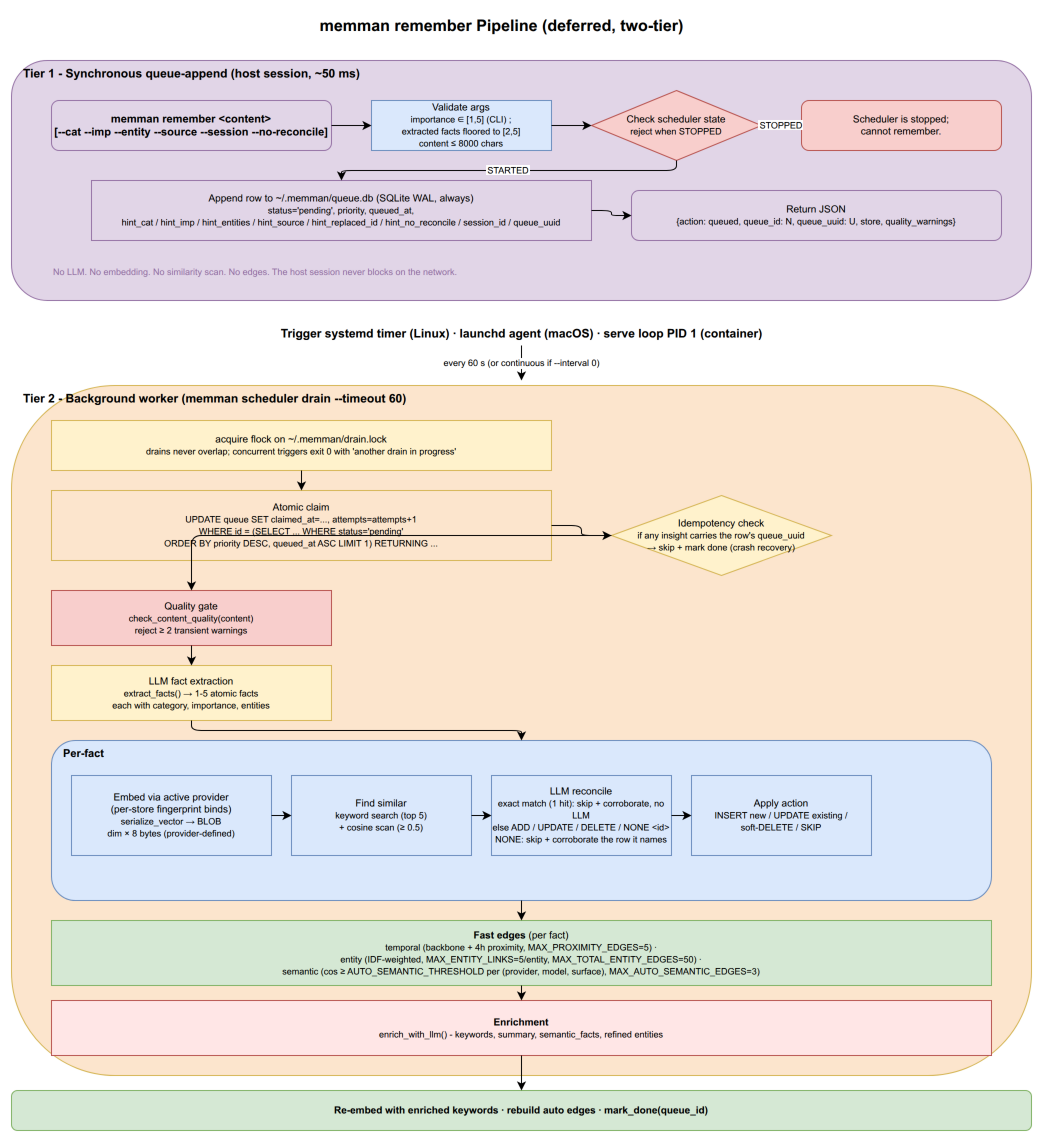
The draw.io diagram docs/diagrams/02-remember-pipeline.drawio.png in bissli/memman, before a commit. Source tidied: cells renumbered, new cells last; positions are measured from the earlier drawing's top-left corner, leaving out a move shared by most shapes.
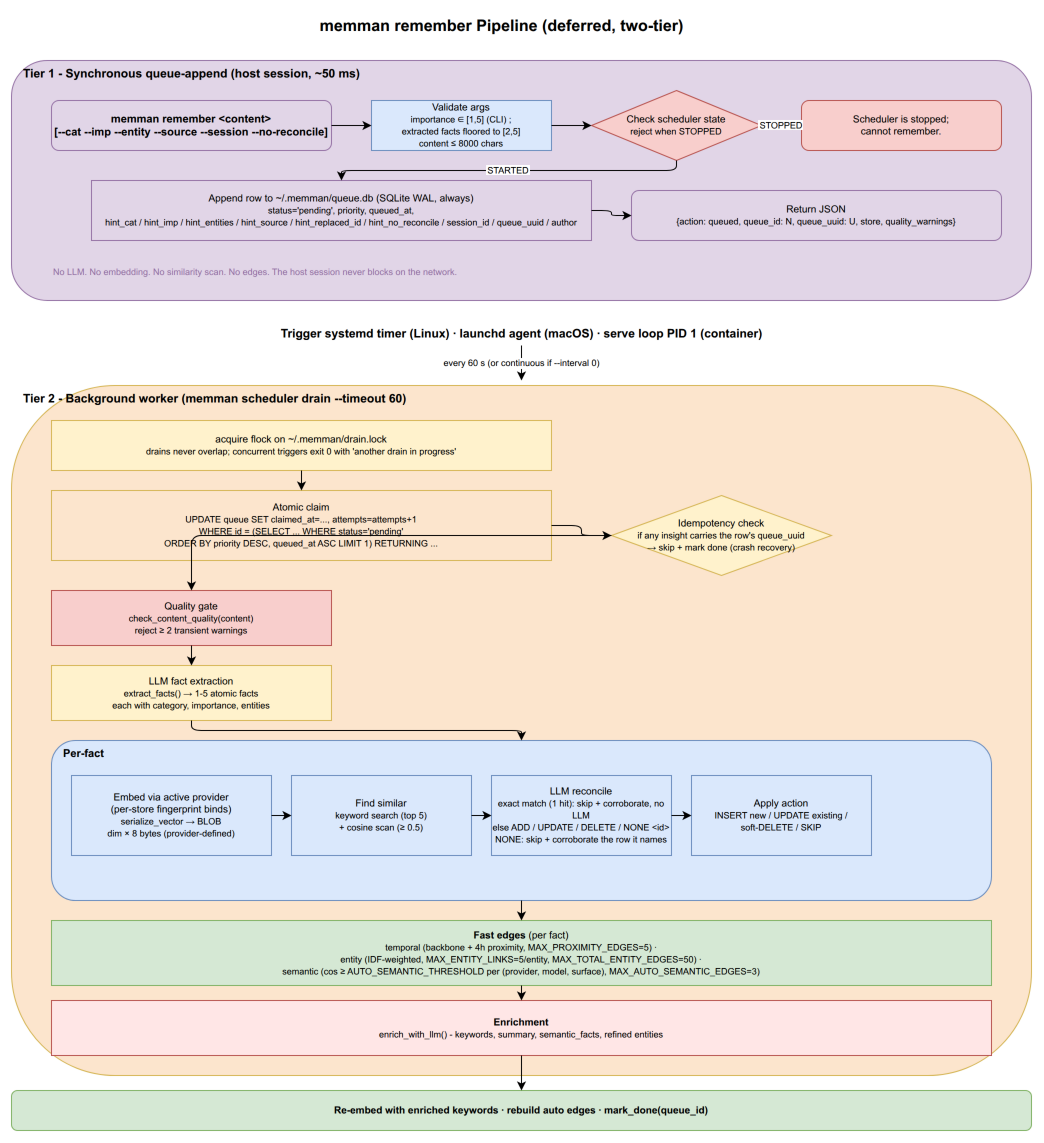
Above is the later version.

What changed in the source:
```diff
@@ -20,7 +20,7 @@
     <mxCell id="7" value="Scheduler is stopped;&lt;br&gt;cannot remember." style="rounded=1;whiteSpace=wrap;html=1;fillColor=#f8cecc;strokeColor=#b85450;fontSize=10;" parent="1" vertex="1">
       <mxGeometry x="790" y="90" width="200" height="50" as="geometry" />
     </mxCell>
-    <mxCell id="8" value="Append row to ~/.memman/queue.db (SQLite WAL, always)&lt;br&gt;&lt;font style=&quot;font-size:9px&quot;&gt;status='pending', priority, queued_at,&lt;br&gt;hint_cat / hint_imp / hint_entities / hint_source / hint_replaced_id / hint_no_reconcile / session_id / queue_uuid&lt;/font&gt;" style="rounded=0;whiteSpace=wrap;html=1;fillColor=#e1d5e7;strokeColor=#9673a6;fontSize=10;" parent="1" vertex="1">
+    <mxCell id="8" value="Append row to ~/.memman/queue.db (SQLite WAL, always)&lt;br&gt;&lt;font style=&quot;font-size:9px&quot;&gt;status='pending', priority, queued_at,&lt;br&gt;hint_cat / hint_imp / hint_entities / hint_source / hint_replaced_id / hint_no_reconcile / session_id / queue_uuid / author&lt;/font&gt;" style="rounded=0;whiteSpace=wrap;html=1;fillColor=#e1d5e7;strokeColor=#9673a6;fontSize=10;" parent="1" vertex="1">
       <mxGeometry x="80" y="170" width="500" height="60" as="geometry" />
     </mxCell>
     <mxCell id="9" value="Return JSON&lt;br&gt;&lt;font style=&quot;font-size:9px&quot;&gt;{action: queued, queue_id: N, queue_uuid: U, store, quality_warnings}&lt;/font&gt;" style="rounded=1;whiteSpace=wrap;html=1;fillColor=#e1d5e7;strokeColor=#9673a6;fontSize=10;" parent="1" vertex="1">
```
